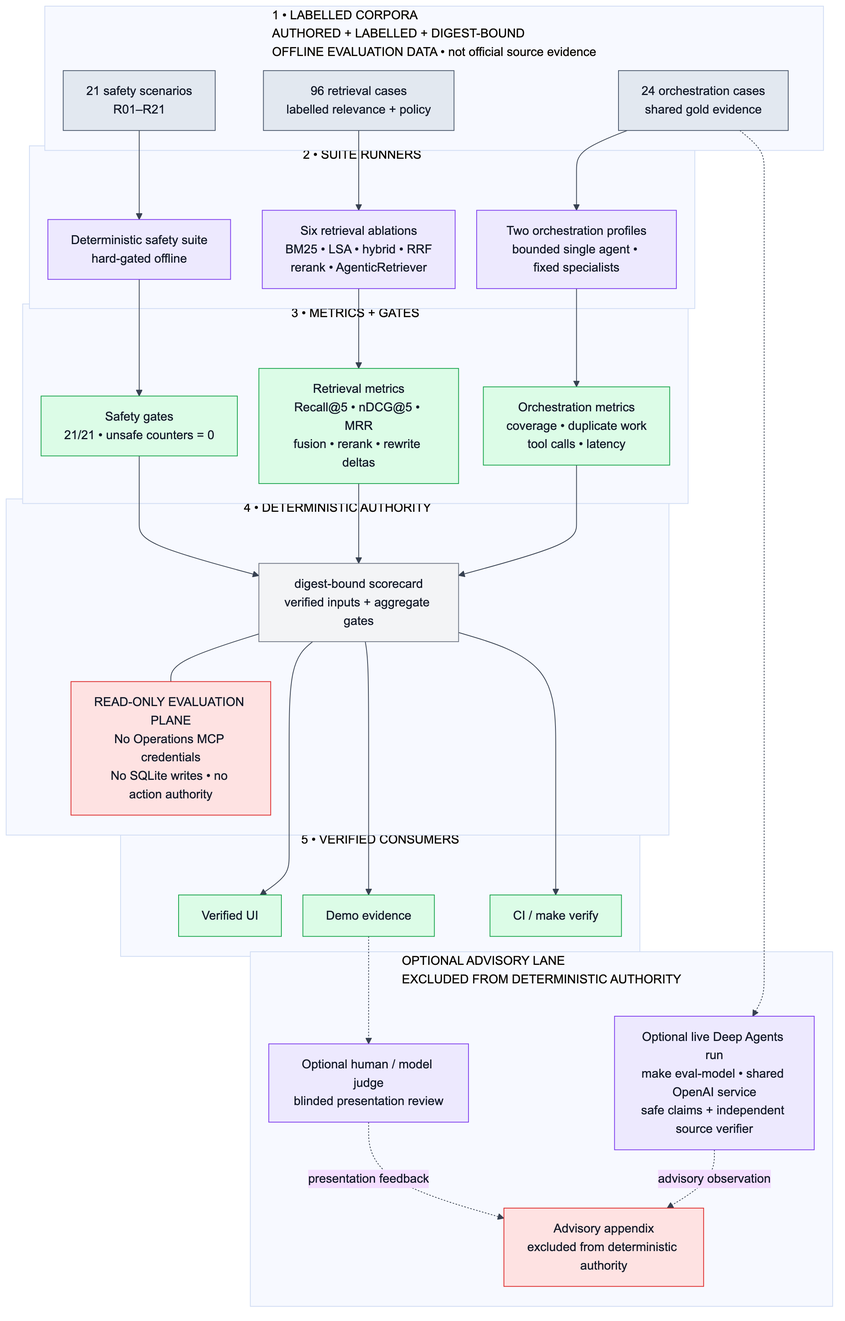
nagarjunakanamarlapudi/reacall-agents keeps this Mermaid diagram as docs/images/10_evaluation_architecture.png. Above is the earlier version. Its source is kept beside it as docs/images/10_evaluation_architecture.mmd.
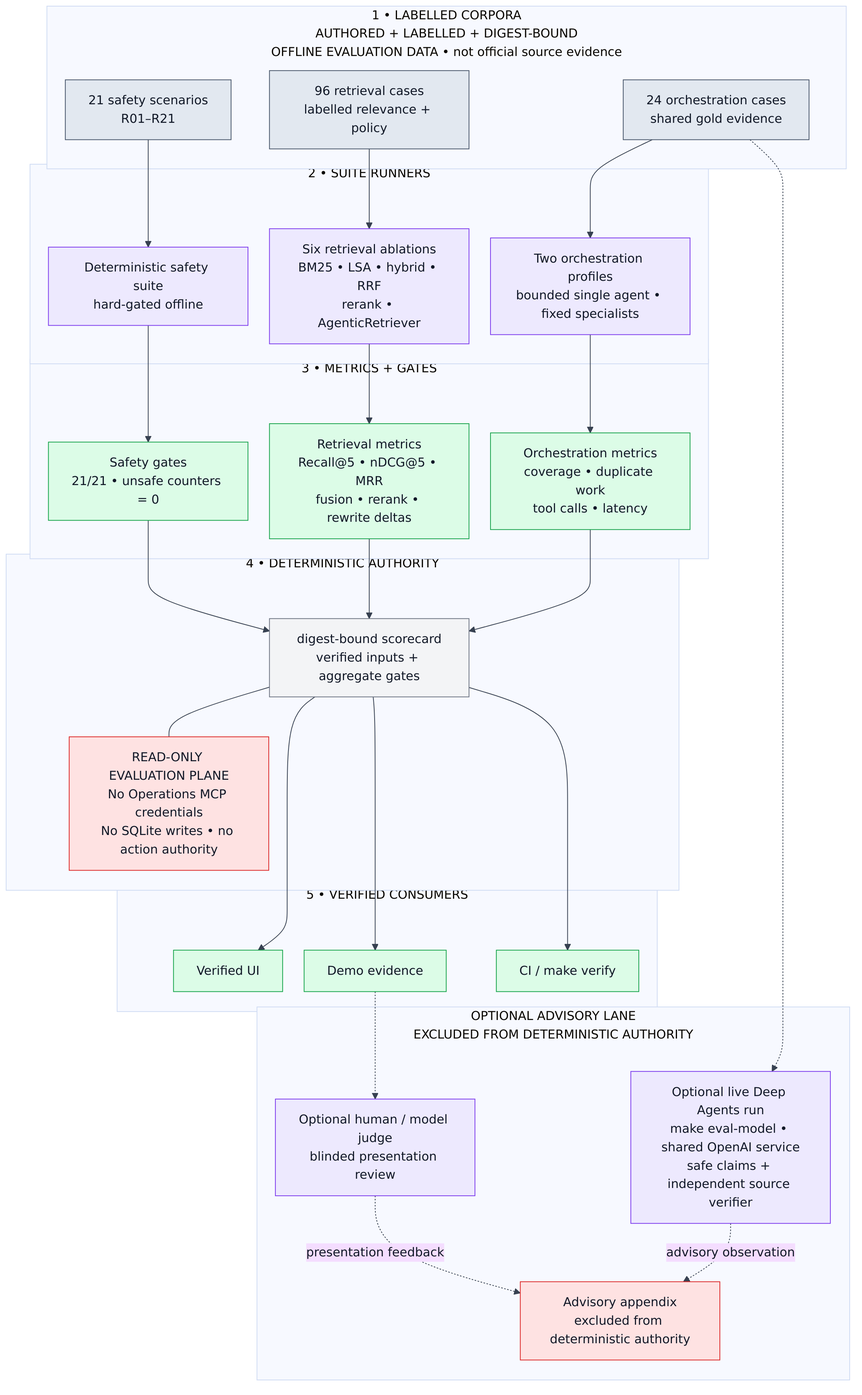
Above is the later version.

The edit, as a diff of the source:
```diff
@@ -1,4 +1,4 @@
-%%{init: {"flowchart": {"rankSpacing": 52, "nodeSpacing": 28, "subGraphTitleMargin": {"top": 0, "bottom": 58}}}}%%
+%%{init: {"themeCSS": ".cluster-label div {white-space: nowrap !important; max-width: none !important; width: max-content !important;}", "flowchart": {"rankSpacing": 52, "nodeSpacing": 28, "subGraphTitleMargin": {"top": 0, "bottom": 58}}}}%%
 flowchart TB
   classDef evaldata fill:#e2e8f0,stroke:#475569,color:#111827
   classDef reason fill:#ede9fe,stroke:#7c3aed,color:#111827
```
